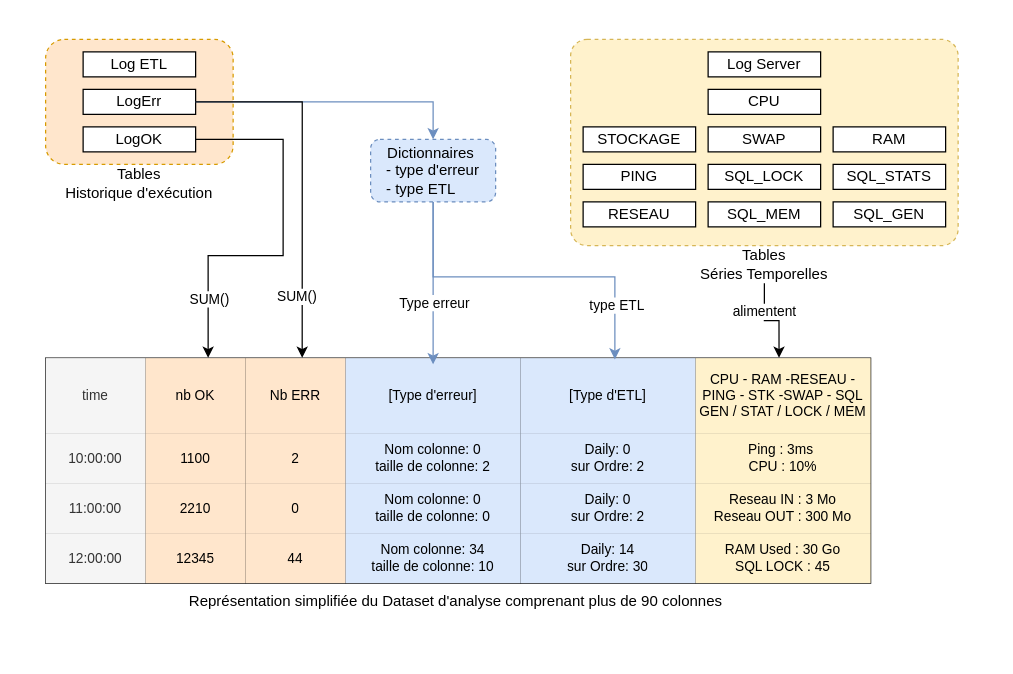
This is page "modele de données" (4 of 8) of doc/schemas/schema-composants.drawio from AntoineValette/projet_industriel, a draw.io file, before an edit. Source tidied: cells renumbered, new cells numbered last; positions are measured from the earlier drawing's top-left corner, leaving out a move shared by most shapes. Both pictures are drawn from the tidied source at 125%, with x=0, y=0 at pixel (45, 39).
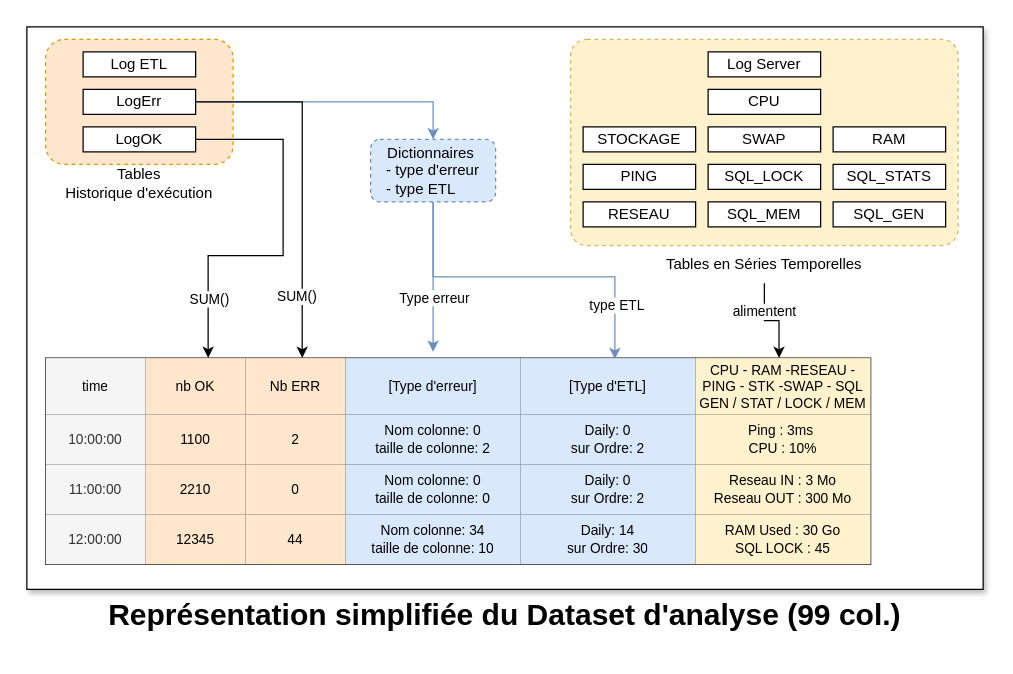
After the change.

The change refers to these unchanged cells:
```xml
<mxCell id="35" value="LogErr" style="whiteSpace=wrap;html=1;" parent="32" vertex="1">
  <mxGeometry x="30" y="40" width="90" height="20" as="geometry" />
</mxCell>
<mxCell id="36" value="LogOK" style="whiteSpace=wrap;html=1;" parent="32" vertex="1">
  <mxGeometry x="30" y="70" width="90" height="20" as="geometry" />
</mxCell>
```

Diff of the diagram source:
```diff
@@
-    <mxCell id="2" style="group;" parent="1" vertex="1">
-      <mxGeometry width="730" height="465" as="geometry" />
-    </mxCell>
+    <mxCell id="66" style="group;" parent="1" vertex="1">
+      <mxGeometry x="-15" y="-10" width="765" height="500" as="geometry" />
+    </mxCell>
+    <mxCell id="67" style="whiteSpace=wrap;html=1;shadow=1;labelPosition=center;verticalLabelPosition=top;align=center;verticalAlign=bottom;textShadow=0;" parent="66" vertex="1">
+      <mxGeometry width="765" height="450" as="geometry" />
+    </mxCell>
+    <mxCell id="68" value="&lt;h1 style=&quot;margin-top: 0px;&quot;&gt;Représentation simplifiée du Dataset d'analyse (99 col.)&lt;/h1&gt;" style="text;html=1;whiteSpace=wrap;overflow=hidden;rounded=0;align=center;" parent="66" vertex="1">
+      <mxGeometry y="450" width="765" height="40" as="geometry" />
+    </mxCell>
-    <mxCell id="3" style="shape=table;startSize=0;childLayout=tableLayout;fontSize=12;" parent="2" vertex="1">
-      <mxGeometry y="255" width="660" height="180" as="geometry" />
+    <mxCell id="3" style="shape=table;startSize=0;childLayout=tableLayout;fontSize=12;swimlaneFillColor=none;perimeterSpacing=0;" parent="66" vertex="1">
+      <mxGeometry x="15" y="265" width="660" height="165" as="geometry" />
     </mxCell>
     <mxCell id="4" style="shape=tableRow;horizontal=0;startSize=0;swimlaneHead=0;swimlaneBody=0;strokeColor=inherit;top=0;left=0;bottom=0;right=0;fillColor=none;points=[[0,0.5],[1,0.5]];portConstraint=eastwest;fontSize=16;" parent="3" vertex="1">
-      <mxGeometry width="660" height="60" as="geometry" />
+      <mxGeometry width="660" height="45" as="geometry" />
     </mxCell>
-    <mxCell id="5" value="time" style="shape=partialRectangle;html=1;whiteSpace=wrap;strokeColor=#666666;overflow=hidden;fillColor=#f5f5f5;top=0;left=0;bottom=0;right=0;fontSize=11;fontColor=#333333;" parent="4" vertex="1">
-      <mxGeometry width="80" height="60" as="geometry" />
+    <mxCell id="5" value="&lt;font style=&quot;color: rgb(0, 0, 0);&quot;&gt;time&lt;/font&gt;" style="shape=partialRectangle;html=1;whiteSpace=wrap;strokeColor=#666666;overflow=hidden;fillColor=#f5f5f5;top=0;left=0;bottom=0;right=0;fontSize=11;fontColor=#333333;" parent="4" vertex="1">
+      <mxGeometry width="80" height="45" as="geometry" />
     </mxCell>
-    <mxCell id="6" value="nb OK" style="shape=partialRectangle;html=1;whiteSpace=wrap;strokeColor=#d79b00;overflow=hidden;fillColor=#ffe6cc;top=0;left=0;bottom=0;right=0;fontSize=11;" parent="4" vertex="1">
-      <mxGeometry x="80" width="80" height="60" as="geometry" />
+    <mxCell id="6" value="nb OK" style="shape=partialRectangle;html=1;whiteSpace=wrap;strokeColor=#000000;overflow=hidden;fillColor=#ffe6cc;top=0;left=0;bottom=0;right=0;fontSize=11;" parent="4" vertex="1">
+      <mxGeometry x="80" width="80" height="45" as="geometry" />
     </mxCell>
-    <mxCell id="7" value="Nb ERR" style="shape=partialRectangle;html=1;whiteSpace=wrap;strokeColor=#d79b00;overflow=hidden;fillColor=#ffe6cc;top=0;left=0;bottom=0;right=0;fontSize=11;" parent="4" vertex="1">
-      <mxGeometry x="160" width="80" height="60" as="geometry" />
+    <mxCell id="7" value="Nb ERR" style="shape=partialRectangle;html=1;whiteSpace=wrap;strokeColor=#000000;overflow=hidden;fillColor=#ffe6cc;top=0;left=0;bottom=0;right=0;fontSize=11;" parent="4" vertex="1">
+      <mxGeometry x="160" width="80" height="45" as="geometry" />
     </mxCell>
     <mxCell id="8" style="shape=partialRectangle;html=1;whiteSpace=wrap;strokeColor=inherit;overflow=hidden;fillColor=none;top=0;left=0;bottom=0;right=0;fontSize=11;" parent="4" vertex="1">
-      <mxGeometry x="240" width="140" height="60" as="geometry" />
+      <mxGeometry x="240" width="140" height="45" as="geometry" />
     </mxCell>
-    <mxCell id="9" value="[Type d'ETL]" style="shape=partialRectangle;html=1;whiteSpace=wrap;strokeColor=#6c8ebf;overflow=hidden;fillColor=#dae8fc;top=0;left=0;bottom=0;right=0;fontSize=11;" parent="4" vertex="1">
-      <mxGeometry x="380" width="140" height="60" as="geometry" />
+    <mxCell id="9" value="[Type d'ETL]" style="shape=partialRectangle;html=1;whiteSpace=wrap;strokeColor=#000000;overflow=hidden;fillColor=#dae8fc;top=0;left=0;bottom=0;right=0;fontSize=11;" parent="4" vertex="1">
+      <mxGeometry x="380" width="140" height="45" as="geometry" />
     </mxCell>
-    <mxCell id="10" value="CPU - RAM -RESEAU - PING - STK -SWAP - SQL GEN / STAT / LOCK / MEM" style="shape=partialRectangle;html=1;whiteSpace=wrap;strokeColor=#d6b656;overflow=hidden;fillColor=#fff2cc;top=0;left=0;bottom=0;right=0;fontSize=11;" parent="4" vertex="1">
-      <mxGeometry x="520" width="140" height="60" as="geometry" />
+    <mxCell id="10" value="CPU - RAM -RESEAU - PING - STK -SWAP - SQL GEN / STAT / LOCK / MEM" style="shape=partialRectangle;html=1;whiteSpace=wrap;strokeColor=#000000;overflow=hidden;fillColor=#fff2cc;top=0;left=0;bottom=0;right=0;fontSize=11;" parent="4" vertex="1">
+      <mxGeometry x="520" width="140" height="45" as="geometry" />
     </mxCell>
     <mxCell id="11" style="shape=tableRow;horizontal=0;startSize=0;swimlaneHead=0;swimlaneBody=0;strokeColor=inherit;top=0;left=0;bottom=0;right=0;fillColor=none;fontSize=16;" parent="3" vertex="1">
-      <mxGeometry y="60" width="660" height="40" as="geometry" />
+      <mxGeometry y="45" width="660" height="40" as="geometry" />
     </mxCell>
-    <mxCell id="12" value="10:00:00" style="shape=partialRectangle;html=1;whiteSpace=wrap;strokeColor=#666666;overflow=hidden;fillColor=#f5f5f5;top=0;left=0;bottom=0;right=0;fontSize=11;fontColor=#333333;" parent="11" vertex="1">
+    <mxCell id="12" value="10:00:00" style="shape=partialRectangle;html=1;whiteSpace=wrap;strokeColor=#000000;overflow=hidden;fillColor=#f5f5f5;top=0;left=0;bottom=0;right=0;fontSize=11;fontColor=#333333;" parent="11" vertex="1">
       <mxGeometry width="80" height="40" as="geometry" />
     </mxCell>
-    <mxCell id="13" value="1100" style="shape=partialRectangle;html=1;whiteSpace=wrap;strokeColor=#d79b00;overflow=hidden;fillColor=#ffe6cc;top=0;left=0;bottom=0;right=0;fontSize=11;" parent="11" vertex="1">
+    <mxCell id="13" value="1100" style="shape=partialRectangle;html=1;whiteSpace=wrap;strokeColor=#000000;overflow=hidden;fillColor=#ffe6cc;top=0;left=0;bottom=0;right=0;fontSize=11;" parent="11" vertex="1">
       <mxGeometry x="80" width="80" height="40" as="geometry" />
     </mxCell>
-    <mxCell id="14" value="2" style="shape=partialRectangle;html=1;whiteSpace=wrap;strokeColor=#d79b00;overflow=hidden;fillColor=#ffe6cc;top=0;left=0;bottom=0;right=0;fontSize=11;" parent="11" vertex="1">
+    <mxCell id="14" value="2" style="shape=partialRectangle;html=1;whiteSpace=wrap;strokeColor=#000000;overflow=hidden;fillColor=#ffe6cc;top=0;left=0;bottom=0;right=0;fontSize=11;" parent="11" vertex="1">
       <mxGeometry x="160" width="80" height="40" as="geometry" />
     </mxCell>
-    <mxCell id="15" value="Nom colonne: 0&lt;br&gt;taille de colonne: 2" style="shape=partialRectangle;html=1;whiteSpace=wrap;strokeColor=#6c8ebf;overflow=hidden;fillColor=#dae8fc;top=0;left=0;bottom=0;right=0;fontSize=11;" parent="11" vertex="1">
+    <mxCell id="15" value="Nom colonne: 0&lt;br&gt;taille de colonne: 2" style="shape=partialRectangle;html=1;whiteSpace=wrap;strokeColor=#000000;overflow=hidden;fillColor=#dae8fc;top=0;left=0;bottom=0;right=0;fontSize=11;" parent="11" vertex="1">
       <mxGeometry x="240" width="140" height="40" as="geometry" />
     </mxCell>
-    <mxCell id="16" value="Daily: 0&lt;br&gt;sur Ordre: 2" style="shape=partialRectangle;html=1;whiteSpace=wrap;strokeColor=#6c8ebf;overflow=hidden;fillColor=#dae8fc;top=0;left=0;bottom=0;right=0;fontSize=11;" parent="11" vertex="1">
+    <mxCell id="16" value="Daily: 0&lt;br&gt;sur Ordre: 2" style="shape=partialRectangle;html=1;whiteSpace=wrap;strokeColor=#000000;overflow=hidden;fillColor=#dae8fc;top=0;left=0;bottom=0;right=0;fontSize=11;" parent="11" vertex="1">
       <mxGeometry x="380" width="140" height="40" as="geometry" />
     </mxCell>
-    <mxCell id="17" value="Ping : 3ms&amp;nbsp;&lt;br&gt;CPU : 10%" style="shape=partialRectangle;html=1;whiteSpace=wrap;strokeColor=#d6b656;overflow=hidden;fillColor=#fff2cc;top=0;left=0;bottom=0;right=0;fontSize=11;" parent="11" vertex="1">
+    <mxCell id="17" value="Ping : 3ms&amp;nbsp;&lt;br&gt;CPU : 10%" style="shape=partialRectangle;html=1;whiteSpace=wrap;strokeColor=#000000;overflow=hidden;fillColor=#fff2cc;top=0;left=0;bottom=0;right=0;fontSize=11;" parent="11" vertex="1">
       <mxGeometry x="520" width="140" height="40" as="geometry" />
     </mxCell>
     <mxCell id="18" style="shape=tableRow;horizontal=0;startSize=0;swimlaneHead=0;swimlaneBody=0;strokeColor=inherit;top=0;left=0;bottom=0;right=0;fillColor=none;fontSize=16;" parent="3" vertex="1">
-      <mxGeometry y="100" width="660" height="40" as="geometry" />
+      <mxGeometry y="85" width="660" height="40" as="geometry" />
     </mxCell>
-    <mxCell id="19" value="11:00:00" style="shape=partialRectangle;html=1;whiteSpace=wrap;strokeColor=#666666;overflow=hidden;fillColor=#f5f5f5;top=0;left=0;bottom=0;right=0;fontSize=11;fontColor=#333333;" parent="18" vertex="1">
+    <mxCell id="19" value="11:00:00" style="shape=partialRectangle;html=1;whiteSpace=wrap;strokeColor=#000000;overflow=hidden;fillColor=#f5f5f5;top=0;left=0;bottom=0;right=0;fontSize=11;fontColor=#333333;" parent="18" vertex="1">
       <mxGeometry width="80" height="40" as="geometry" />
     </mxCell>
-    <mxCell id="20" value="2210" style="shape=partialRectangle;html=1;whiteSpace=wrap;strokeColor=#d79b00;overflow=hidden;fillColor=#ffe6cc;top=0;left=0;bottom=0;right=0;fontSize=11;" parent="18" vertex="1">
+    <mxCell id="20" value="2210" style="shape=partialRectangle;html=1;whiteSpace=wrap;strokeColor=#000000;overflow=hidden;fillColor=#ffe6cc;top=0;left=0;bottom=0;right=0;fontSize=11;" parent="18" vertex="1">
       <mxGeometry x="80" width="80" height="40" as="geometry" />
     </mxCell>
-    <mxCell id="21" value="0" style="shape=partialRectangle;html=1;whiteSpace=wrap;strokeColor=#d79b00;overflow=hidden;fillColor=#ffe6cc;top=0;left=0;bottom=0;right=0;fontSize=11;" parent="18" vertex="1">
+    <mxCell id="21" value="0" style="shape=partialRectangle;html=1;whiteSpace=wrap;strokeColor=#000000;overflow=hidden;fillColor=#ffe6cc;top=0;left=0;bottom=0;right=0;fontSize=11;" parent="18" vertex="1">
       <mxGeometry x="160" width="80" height="40" as="geometry" />
     </mxCell>
-    <mxCell id="22" value="Nom colonne: 0&lt;br&gt;taille de colonne: 0" style="shape=partialRectangle;html=1;whiteSpace=wrap;strokeColor=#6c8ebf;overflow=hidden;fillColor=#dae8fc;top=0;left=0;bottom=0;right=0;fontSize=11;" parent="18" vertex="1">
+    <mxCell id="22" value="Nom colonne: 0&lt;br&gt;taille de colonne: 0" style="shape=partialRectangle;html=1;whiteSpace=wrap;strokeColor=#000000;overflow=hidden;fillColor=#dae8fc;top=0;left=0;bottom=0;right=0;fontSize=11;" parent="18" vertex="1">
       <mxGeometry x="240" width="140" height="40" as="geometry" />
     </mxCell>
-    <mxCell id="23" value="Daily: 0&lt;br&gt;sur Ordre: 2" style="shape=partialRectangle;html=1;whiteSpace=wrap;strokeColor=#6c8ebf;overflow=hidden;fillColor=#dae8fc;top=0;left=0;bottom=0;right=0;fontSize=11;" parent="18" vertex="1">
+    <mxCell id="23" value="Daily: 0&lt;br&gt;sur Ordre: 2" style="shape=partialRectangle;html=1;whiteSpace=wrap;strokeColor=#000000;overflow=hidden;fillColor=#dae8fc;top=0;left=0;bottom=0;right=0;fontSize=11;" parent="18" vertex="1">
       <mxGeometry x="380" width="140" height="40" as="geometry" />
     </mxCell>
-    <mxCell id="24" value="Reseau IN : 3 Mo&lt;br&gt;Reseau OUT : 300 Mo" style="shape=partialRectangle;html=1;whiteSpace=wrap;strokeColor=#d6b656;overflow=hidden;fillColor=#fff2cc;top=0;left=0;bottom=0;right=0;fontSize=11;" parent="18" vertex="1">
+    <mxCell id="24" value="Reseau IN : 3 Mo&lt;br&gt;Reseau OUT : 300 Mo" style="shape=partialRectangle;html=1;whiteSpace=wrap;strokeColor=#000000;overflow=hidden;fillColor=#fff2cc;top=0;left=0;bottom=0;right=0;fontSize=11;" parent="18" vertex="1">
       <mxGeometry x="520" width="140" height="40" as="geometry" />
     </mxCell>
     <mxCell id="25" style="shape=tableRow;horizontal=0;startSize=0;swimlaneHead=0;swimlaneBody=0;strokeColor=inherit;top=0;left=0;bottom=0;right=0;fillColor=none;fontSize=16;" parent="3" vertex="1">
-      <mxGeometry y="140" width="660" height="40" as="geometry" />
+      <mxGeometry y="125" width="660" height="40" as="geometry" />
     </mxCell>
-    <mxCell id="26" value="12:00:00" style="shape=partialRectangle;html=1;whiteSpace=wrap;strokeColor=#666666;overflow=hidden;fillColor=#f5f5f5;top=0;left=0;bottom=0;right=0;fontSize=11;fontColor=#333333;" parent="25" vertex="1">
+    <mxCell id="26" value="12:00:00" style="shape=partialRectangle;html=1;whiteSpace=wrap;strokeColor=#000000;overflow=hidden;fillColor=#f5f5f5;top=0;left=0;bottom=0;right=0;fontSize=11;fontColor=#333333;" parent="25" vertex="1">
       <mxGeometry width="80" height="40" as="geometry" />
     </mxCell>
-    <mxCell id="27" value="12345" style="shape=partialRectangle;html=1;whiteSpace=wrap;strokeColor=#d79b00;overflow=hidden;fillColor=#ffe6cc;top=0;left=0;bottom=0;right=0;fontSize=11;" parent="25" vertex="1">
+    <mxCell id="27" value="12345" style="shape=partialRectangle;html=1;whiteSpace=wrap;strokeColor=#000000;overflow=hidden;fillColor=#ffe6cc;top=0;left=0;bottom=0;right=0;fontSize=11;" parent="25" vertex="1">
       <mxGeometry x="80" width="80" height="40" as="geometry" />
     </mxCell>
-    <mxCell id="28" value="44" style="shape=partialRectangle;html=1;whiteSpace=wrap;strokeColor=#d79b00;overflow=hidden;fillColor=#ffe6cc;top=0;left=0;bottom=0;right=0;fontSize=11;" parent="25" vertex="1">
+    <mxCell id="28" value="44" style="shape=partialRectangle;html=1;whiteSpace=wrap;strokeColor=#000000;overflow=hidden;fillColor=#ffe6cc;top=0;left=0;bottom=0;right=0;fontSize=11;" parent="25" vertex="1">
       <mxGeometry x="160" width="80" height="40" as="geometry" />
     </mxCell>
-    <mxCell id="29" value="Nom colonne: 34&lt;br&gt;taille de colonne: 10" style="shape=partialRectangle;html=1;whiteSpace=wrap;strokeColor=#6c8ebf;overflow=hidden;fillColor=#dae8fc;top=0;left=0;bottom=0;right=0;fontSize=11;" parent="25" vertex="1">
+    <mxCell id="29" value="Nom colonne: 34&lt;br&gt;taille de colonne: 10" style="shape=partialRectangle;html=1;whiteSpace=wrap;strokeColor=#000000;overflow=hidden;fillColor=#dae8fc;top=0;left=0;bottom=0;right=0;fontSize=11;" parent="25" vertex="1">
       <mxGeometry x="240" width="140" height="40" as="geometry" />
     </mxCell>
-    <mxCell id="30" value="Daily: 14&lt;br&gt;sur Ordre: 30" style="shape=partialRectangle;html=1;whiteSpace=wrap;strokeColor=#6c8ebf;overflow=hidden;fillColor=#dae8fc;top=0;left=0;bottom=0;right=0;fontSize=11;" parent="25" vertex="1">
+    <mxCell id="30" value="Daily: 14&lt;br&gt;sur Ordre: 30" style="shape=partialRectangle;html=1;whiteSpace=wrap;strokeColor=#000000;overflow=hidden;fillColor=#dae8fc;top=0;left=0;bottom=0;right=0;fontSize=11;" parent="25" vertex="1">
       <mxGeometry x="380" width="140" height="40" as="geometry" />
     </mxCell>
-    <mxCell id="31" value="RAM Used : 30 Go&lt;div&gt;SQL LOCK : 45&lt;/div&gt;" style="shape=partialRectangle;html=1;whiteSpace=wrap;strokeColor=#d6b656;overflow=hidden;fillColor=#fff2cc;top=0;left=0;bottom=0;right=0;fontSize=11;" parent="25" vertex="1">
+    <mxCell id="31" value="RAM Used : 30 Go&lt;div&gt;SQL LOCK : 45&lt;/div&gt;" style="shape=partialRectangle;html=1;whiteSpace=wrap;strokeColor=#000000;overflow=hidden;fillColor=#fff2cc;top=0;left=0;bottom=0;right=0;fontSize=11;" parent="25" vertex="1">
       <mxGeometry x="520" width="140" height="40" as="geometry" />
     </mxCell>
-    <mxCell id="32" style="group;fillColor=default;" parent="2" vertex="1">
-      <mxGeometry width="150" height="130" as="geometry" />
+    <mxCell id="32" style="group;fillColor=default;" parent="66" vertex="1">
+      <mxGeometry x="15" y="10" width="150" height="130" as="geometry" />
     </mxCell>
@@
-    <mxCell id="38" value="[Type d'erreur]" style="shape=partialRectangle;html=1;whiteSpace=wrap;strokeColor=#6c8ebf;overflow=hidden;fillColor=#dae8fc;top=0;left=0;bottom=0;right=0;fontSize=11;" parent="2" vertex="1">
-      <mxGeometry x="240" y="255" width="140" height="60" as="geometry" />
+    <mxCell id="38" value="[Type d'erreur]" style="shape=partialRectangle;html=1;whiteSpace=wrap;strokeColor=#000000;overflow=hidden;fillColor=#dae8fc;top=0;left=0;bottom=0;right=0;fontSize=11;" parent="66" vertex="1">
+      <mxGeometry x="255" y="265" width="140" height="45" as="geometry" />
     </mxCell>
-    <mxCell id="39" value="Représentation simplifiée du Dataset d'analyse comprenant plus de 90 colonnes&amp;nbsp;" style="text;html=1;align=center;verticalAlign=middle;whiteSpace=wrap;rounded=0;" parent="2" vertex="1">
-      <mxGeometry y="435" width="660" height="30" as="geometry" />
-    </mxCell>
-    <mxCell id="40" style="edgeStyle=orthogonalEdgeStyle;rounded=0;jettySize=auto;html=1;exitX=0.5;exitY=1;exitDx=0;exitDy=0;fillColor=#dae8fc;strokeColor=#6c8ebf;" parent="2" edge="1" source="42">
+    <mxCell id="40" style="edgeStyle=orthogonalEdgeStyle;rounded=0;jettySize=auto;html=1;exitX=0.5;exitY=1;exitDx=0;exitDy=0;fillColor=#dae8fc;strokeColor=#6c8ebf;" parent="66" edge="1" source="42">
       <mxGeometry relative="1" as="geometry">
-        <mxPoint x="310" y="260" as="targetPoint" />
+        <mxPoint x="325" y="260" as="targetPoint" />
         <Array as="points">
-          <mxPoint x="310" y="130" />
+          <mxPoint x="325" y="140" />
         </Array>
       </mxGeometry>
     </mxCell>
@@
-    <mxCell id="42" value="Dictionnaires&amp;nbsp;&lt;br&gt;&lt;div style=&quot;text-align: left;&quot;&gt;&lt;span style=&quot;background-color: transparent; color: light-dark(rgb(0, 0, 0), rgb(255, 255, 255));&quot;&gt;- type d'erreur&lt;/span&gt;&lt;/div&gt;&lt;div style=&quot;text-align: left;&quot;&gt;&lt;span style=&quot;background-color: transparent; color: light-dark(rgb(0, 0, 0), rgb(255, 255, 255));&quot;&gt;- type ETL&lt;/span&gt;&lt;/div&gt;" style="rounded=1;whiteSpace=wrap;html=1;dashed=1;fillColor=#dae8fc;strokeColor=#6c8ebf;" parent="2" vertex="1">
-      <mxGeometry x="260" y="80" width="100" height="50" as="geometry" />
+    <mxCell id="42" value="Dictionnaires&amp;nbsp;&lt;br&gt;&lt;div style=&quot;text-align: left;&quot;&gt;&lt;span style=&quot;background-color: transparent; color: light-dark(rgb(0, 0, 0), rgb(255, 255, 255));&quot;&gt;- type d'erreur&lt;/span&gt;&lt;/div&gt;&lt;div style=&quot;text-align: left;&quot;&gt;&lt;span style=&quot;background-color: transparent; color: light-dark(rgb(0, 0, 0), rgb(255, 255, 255));&quot;&gt;- type ETL&lt;/span&gt;&lt;/div&gt;" style="rounded=1;whiteSpace=wrap;html=1;dashed=1;fillColor=#dae8fc;strokeColor=#6c8ebf;" parent="66" vertex="1">
+      <mxGeometry x="275" y="90" width="100" height="50" as="geometry" />
     </mxCell>
-    <mxCell id="43" style="group;fillColor=none;" parent="2" vertex="1">
-      <mxGeometry x="420" width="310" height="195" as="geometry" />
+    <mxCell id="43" style="group;fillColor=none;" parent="66" vertex="1">
+      <mxGeometry x="435" y="10" width="310" height="195" as="geometry" />
     </mxCell>
@@
-    <mxCell id="56" value="Tables &lt;br&gt;Séries Temporelles" style="text;html=1;align=center;verticalAlign=middle;whiteSpace=wrap;rounded=0;" parent="43" vertex="1">
-      <mxGeometry x="80" y="165" width="150" height="30" as="geometry" />
+    <mxCell id="56" value="Tables en Séries Temporelles" style="text;html=1;align=center;verticalAlign=middle;whiteSpace=wrap;rounded=0;" parent="43" vertex="1">
+      <mxGeometry y="165" width="310" height="30" as="geometry" />
     </mxCell>
-    <mxCell id="57" style="edgeStyle=orthogonalEdgeStyle;rounded=0;jettySize=auto;html=1;exitX=0.5;exitY=1;exitDx=0;exitDy=0;entryX=0.889;entryY=-0.004;entryDx=0;entryDy=0;entryPerimeter=0;" parent="2" edge="1" source="56" target="4">
+    <mxCell id="57" style="edgeStyle=orthogonalEdgeStyle;rounded=0;jettySize=auto;html=1;exitX=0.5;exitY=1;exitDx=0;exitDy=0;entryX=0.889;entryY=-0.004;entryDx=0;entryDy=0;entryPerimeter=0;" parent="66" edge="1" source="56" target="4">
       <mxGeometry relative="1" as="geometry" />
     </mxCell>
@@
-    <mxCell id="59" style="edgeStyle=orthogonalEdgeStyle;rounded=0;jettySize=auto;html=1;exitX=1;exitY=0.5;exitDx=0;exitDy=0;entryX=0.5;entryY=0;entryDx=0;entryDy=0;fillColor=#dae8fc;strokeColor=#6c8ebf;" parent="2" edge="1" source="35" target="42">
+    <mxCell id="59" style="edgeStyle=orthogonalEdgeStyle;rounded=0;jettySize=auto;html=1;exitX=1;exitY=0.5;exitDx=0;exitDy=0;entryX=0.5;entryY=0;entryDx=0;entryDy=0;fillColor=#dae8fc;strokeColor=#6c8ebf;" parent="66" edge="1" source="35" target="42">
       <mxGeometry relative="1" as="geometry" />
     </mxCell>
-    <mxCell id="60" style="edgeStyle=orthogonalEdgeStyle;rounded=0;jettySize=auto;html=1;exitX=1;exitY=0.5;exitDx=0;exitDy=0;entryX=0.197;entryY=-0.004;entryDx=0;entryDy=0;entryPerimeter=0;" parent="2" edge="1" source="36" target="4">
+    <mxCell id="60" style="edgeStyle=orthogonalEdgeStyle;rounded=0;jettySize=auto;html=1;exitX=1;exitY=0.5;exitDx=0;exitDy=0;entryX=0.197;entryY=-0.004;entryDx=0;entryDy=0;entryPerimeter=0;" parent="66" edge="1" source="36" target="4">
       <mxGeometry relative="1" as="geometry">
         <Array as="points">
-          <mxPoint x="190" y="80" />
-          <mxPoint x="190" y="173" />
-          <mxPoint x="130" y="173" />
+          <mxPoint x="205" y="90" />
+          <mxPoint x="205" y="183" />
+          <mxPoint x="145" y="183" />
         </Array>
       </mxGeometry>
     </mxCell>
@@
-    <mxCell id="62" style="edgeStyle=orthogonalEdgeStyle;rounded=0;jettySize=auto;html=1;exitX=1;exitY=0.5;exitDx=0;exitDy=0;entryX=0.311;entryY=-0.004;entryDx=0;entryDy=0;entryPerimeter=0;" parent="2" edge="1" source="35" target="4">
+    <mxCell id="62" style="edgeStyle=orthogonalEdgeStyle;rounded=0;jettySize=auto;html=1;exitX=1;exitY=0.5;exitDx=0;exitDy=0;entryX=0.311;entryY=-0.004;entryDx=0;entryDy=0;entryPerimeter=0;" parent="66" edge="1" source="35" target="4">
       <mxGeometry relative="1" as="geometry" />
     </mxCell>
@@
-    <mxCell id="64" style="edgeStyle=orthogonalEdgeStyle;rounded=0;jettySize=auto;html=1;entryX=0.69;entryY=0.017;entryDx=0;entryDy=0;entryPerimeter=0;fillColor=#dae8fc;strokeColor=#6c8ebf;" parent="2" edge="1" source="42" target="4">
+    <mxCell id="64" style="edgeStyle=orthogonalEdgeStyle;rounded=0;jettySize=auto;html=1;entryX=0.69;entryY=0.017;entryDx=0;entryDy=0;entryPerimeter=0;fillColor=#dae8fc;strokeColor=#6c8ebf;" parent="66" edge="1" source="42" target="4">
       <mxGeometry relative="1" as="geometry">
         <Array as="points">
-          <mxPoint x="310" y="190" />
-          <mxPoint x="455" y="190" />
+          <mxPoint x="325" y="200" />
+          <mxPoint x="470" y="200" />
         </Array>
       </mxGeometry>
     </mxCell>
```
